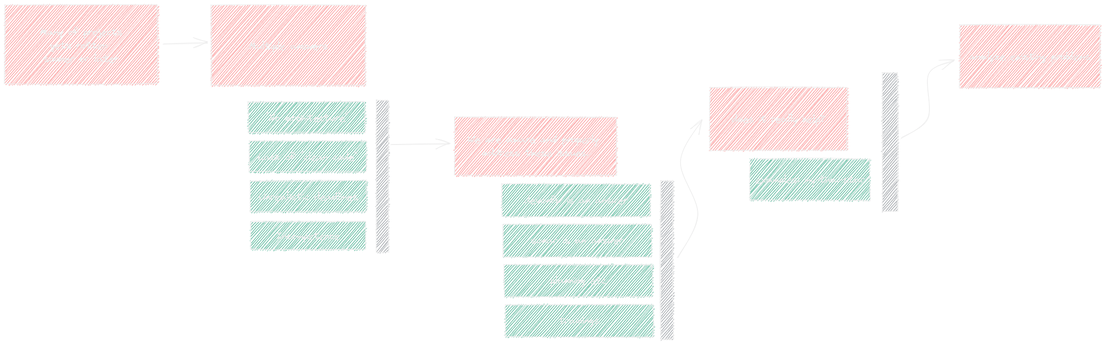
This is prep/plan.png from maciejmalecki/to-jpa-or-not-cgas2022, a Excalidraw export, as it was before one commit. Source tidied: one line per element, renumbered; positions are measured from the earlier drawing's top-left corner, leaving out a move shared by most shapes. Its diagram source:
```json
{"id": 0, "type": "rectangle", "strokeColor": "#000000", "backgroundColor": "#fa5252", "fillStyle": "hachure", "strokeWidth": 1, "roughness": 1, "x": 0, "y": 0, "width": 308, "height": 159}
{"id": 1, "type": "text", "text": "Many of projects\ngets rotten \nsooner or later", "strokeColor": "#000000", "backgroundColor": "#fa5252", "fillStyle": "hachure", "strokeWidth": 1, "roughness": 1, "fontSize": 20, "fontFamily": 1, "textAlign": "center", "verticalAlign": "middle", "inside": 0, "x": 5, "y": 40, "width": 298, "height": 78}
{"id": 2, "type": "rectangle", "strokeColor": "#000000", "backgroundColor": "#fa5252", "fillStyle": "hachure", "strokeWidth": 1, "roughness": 1, "x": 417, "y": 1, "width": 312, "height": 162}
{"id": 3, "type": "text", "text": "Multiple answers", "strokeColor": "#000000", "backgroundColor": "#fa5252", "fillStyle": "hachure", "strokeWidth": 1, "roughness": 1, "fontSize": 20, "fontFamily": 1, "textAlign": "center", "verticalAlign": "middle", "inside": 2, "x": 422, "y": 69, "width": 302, "height": 26}
{"id": 4, "type": "rectangle", "strokeColor": "#000000", "backgroundColor": "#12b886", "fillStyle": "hachure", "strokeWidth": 1, "roughness": 1, "x": 492, "y": 196, "width": 236, "height": 62}
{"id": 5, "type": "text", "text": "\"No architecture\"", "strokeColor": "#000000", "backgroundColor": "#4c6ef5", "fillStyle": "hachure", "strokeWidth": 1, "roughness": 1, "fontSize": 20, "fontFamily": 1, "textAlign": "center", "verticalAlign": "middle", "inside": 4, "x": 497, "y": 214, "width": 226, "height": 26}
{"id": 6, "type": "rectangle", "strokeColor": "#000000", "backgroundColor": "#12b886", "fillStyle": "hachure", "strokeWidth": 1, "roughness": 1, "x": 494, "y": 275, "width": 236, "height": 62}
{"id": 7, "type": "text", "text": "Lack of \"clean code\"", "strokeColor": "#000000", "backgroundColor": "#4c6ef5", "fillStyle": "hachure", "strokeWidth": 1, "roughness": 1, "fontSize": 20, "fontFamily": 1, "textAlign": "center", "verticalAlign": "middle", "inside": 6, "x": 499, "y": 293, "width": 226, "height": 26}
{"id": 8, "type": "rectangle", "strokeColor": "#000000", "backgroundColor": "#12b886", "fillStyle": "hachure", "strokeWidth": 1, "roughness": 1, "x": 496, "y": 355, "width": 234, "height": 63}
{"id": 9, "type": "text", "text": "Unrealistic deadlines", "strokeColor": "#000000", "backgroundColor": "#4c6ef5", "fillStyle": "hachure", "strokeWidth": 1, "roughness": 1, "fontSize": 20, "fontFamily": 1, "textAlign": "center", "verticalAlign": "middle", "inside": 8, "x": 501, "y": 374, "width": 224, "height": 26}
{"id": 10, "type": "rectangle", "strokeColor": "#000000", "backgroundColor": "#12b886", "fillStyle": "hachure", "strokeWidth": 1, "roughness": 1, "x": 497, "y": 438, "width": 232, "height": 55}
{"id": 11, "type": "text", "text": "Incompetence", "strokeColor": "#000000", "backgroundColor": "#4c6ef5", "fillStyle": "hachure", "strokeWidth": 1, "roughness": 1, "fontSize": 20, "fontFamily": 1, "textAlign": "center", "verticalAlign": "middle", "inside": 10, "x": 502, "y": 452, "width": 222, "height": 26}
{"id": 12, "type": "arrow", "strokeColor": "#000000", "backgroundColor": "#4c6ef5", "fillStyle": "hachure", "strokeWidth": 1, "roughness": 1, "endArrowhead": "arrow", "from": 0, "to": 2, "x": 320, "y": 79, "width": 90, "height": 2, "points": [[0, 0], [90, -2]]}
{"id": 13, "type": "rectangle", "strokeColor": "#000000", "backgroundColor": "#fa5252", "fillStyle": "hachure", "strokeWidth": 1, "roughness": 1, "x": 909, "y": 227, "width": 327, "height": 117}
{"id": 14, "type": "arrow", "strokeColor": "#000000", "backgroundColor": "#82c91e", "fillStyle": "hachure", "strokeWidth": 1, "roughness": 1, "endArrowhead": "arrow", "from": 15, "to": 13, "x": 781, "y": 282, "width": 118, "height": 2, "points": [[0, 0], [118, -2]]}
{"id": 15, "type": "rectangle", "strokeColor": "#000000", "backgroundColor": "#868e96", "fillStyle": "hachure", "strokeWidth": 1, "roughness": 1, "x": 751, "y": 193, "width": 24, "height": 306}
{"id": 16, "type": "text", "text": "We are aware and properly \naddress these issues.", "strokeColor": "#000000", "backgroundColor": "#868e96", "fillStyle": "hachure", "strokeWidth": 1, "roughness": 1, "fontSize": 20, "fontFamily": 1, "textAlign": "center", "verticalAlign": "middle", "inside": 13, "x": 914, "y": 258, "width": 317, "height": 54}
{"id": 17, "type": "rectangle", "strokeColor": "#000000", "backgroundColor": "#12b886", "fillStyle": "hachure", "strokeWidth": 1, "roughness": 1, "x": 1005, "y": 362, "width": 299, "height": 65}
{"id": 18, "type": "text", "text": "devonfw is an answer", "strokeColor": "#000000", "backgroundColor": "#82c91e", "fillStyle": "hachure", "strokeWidth": 1, "roughness": 1, "fontSize": 20, "fontFamily": 1, "textAlign": "center", "verticalAlign": "middle", "inside": 17, "x": 1010, "y": 382, "width": 289, "height": 27}
{"id": 19, "type": "rectangle", "strokeColor": "#000000", "backgroundColor": "#12b886", "fillStyle": "hachure", "strokeWidth": 1, "roughness": 1, "x": 1008, "y": 444, "width": 299, "height": 65}
{"id": 20, "type": "text", "text": "sonar is an answer", "strokeColor": "#000000", "backgroundColor": "#82c91e", "fillStyle": "hachure", "strokeWidth": 1, "roughness": 1, "fontSize": 20, "fontFamily": 1, "textAlign": "center", "verticalAlign": "middle", "inside": 19, "x": 1012, "y": 462, "width": 289, "height": 27}
{"id": 21, "type": "rectangle", "strokeColor": "#000000", "backgroundColor": "#12b886", "fillStyle": "hachure", "strokeWidth": 1, "roughness": 1, "x": 1010, "y": 524, "width": 299, "height": 65}
{"id": 22, "type": "text", "text": "planning etc", "strokeColor": "#000000", "backgroundColor": "#82c91e", "fillStyle": "hachure", "strokeWidth": 1, "roughness": 1, "fontSize": 20, "fontFamily": 1, "textAlign": "center", "verticalAlign": "middle", "inside": 21, "x": 1014, "y": 544, "width": 289, "height": 27}
{"id": 23, "type": "rectangle", "strokeColor": "#000000", "backgroundColor": "#12b886", "fillStyle": "hachure", "strokeWidth": 1, "roughness": 1, "x": 1012, "y": 606, "width": 299, "height": 65}
{"id": 24, "type": "text", "text": "trainings", "strokeColor": "#000000", "backgroundColor": "#82c91e", "fillStyle": "hachure", "strokeWidth": 1, "roughness": 1, "fontSize": 20, "fontFamily": 1, "textAlign": "center", "verticalAlign": "middle", "inside": 23, "x": 1016, "y": 624, "width": 289, "height": 27}
{"id": 25, "type": "rectangle", "strokeColor": "#000000", "backgroundColor": "#fa5252", "fillStyle": "hachure", "strokeWidth": 1, "roughness": 1, "x": 1425, "y": 167, "width": 277, "height": 127}
{"id": 26, "type": "text", "text": "does it really help?", "strokeColor": "#000000", "backgroundColor": "#fab005", "fillStyle": "hachure", "strokeWidth": 1, "roughness": 1, "fontSize": 20, "fontFamily": 1, "textAlign": "center", "verticalAlign": "middle", "inside": 25, "x": 1430, "y": 218, "width": 267, "height": 27}
{"id": 27, "type": "rectangle", "strokeColor": "#000000", "backgroundColor": "#868e96", "fillStyle": "hachure", "strokeWidth": 1, "roughness": 1, "x": 1326, "y": 355, "width": 25, "height": 320}
{"id": 28, "type": "arrow", "strokeColor": "#000000", "backgroundColor": "#868e96", "fillStyle": "hachure", "strokeWidth": 1, "roughness": 1, "endArrowhead": "arrow", "from": 27, "to": 25, "x": 1360, "y": 510, "width": 51, "height": 278, "points": [[0, 0], [41, -87], [5, -193], [51, -278]]}
{"id": 29, "type": "rectangle", "strokeColor": "#000000", "backgroundColor": "#12b886", "fillStyle": "hachure", "strokeWidth": 1, "roughness": 1, "x": 1506, "y": 311, "width": 243, "height": 84}
{"id": 30, "type": "text", "text": "examples: my-thai-star", "strokeColor": "#000000", "backgroundColor": "#82c91e", "fillStyle": "hachure", "strokeWidth": 1, "roughness": 1, "fontSize": 20, "fontFamily": 1, "textAlign": "center", "verticalAlign": "middle", "inside": 29, "x": 1511, "y": 340, "width": 233, "height": 27}
{"id": 31, "type": "rectangle", "strokeColor": "#000000", "backgroundColor": "#868e96", "fillStyle": "hachure", "strokeWidth": 1, "roughness": 1, "x": 1774, "y": 137, "width": 31, "height": 280}
{"id": 32, "type": "rectangle", "strokeColor": "#000000", "backgroundColor": "#fa5252", "fillStyle": "hachure", "strokeWidth": 1, "roughness": 1, "x": 1930, "y": 41, "width": 284, "height": 126}
{"id": 33, "type": "text", "text": "analyze existing problems", "strokeColor": "#000000", "backgroundColor": "#fab005", "fillStyle": "hachure", "strokeWidth": 1, "roughness": 1, "fontSize": 20, "fontFamily": 1, "textAlign": "center", "verticalAlign": "middle", "inside": 32, "x": 1935, "y": 91, "width": 274, "height": 27}
{"id": 34, "type": "arrow", "strokeColor": "#000000", "backgroundColor": "#fab005", "fillStyle": "hachure", "strokeWidth": 1, "roughness": 1, "endArrowhead": "arrow", "from": 31, "to": 32, "x": 1811, "y": 269, "width": 108, "height": 156, "points": [[0, 0], [55, -41], [56, -129], [108, -156]]}
```
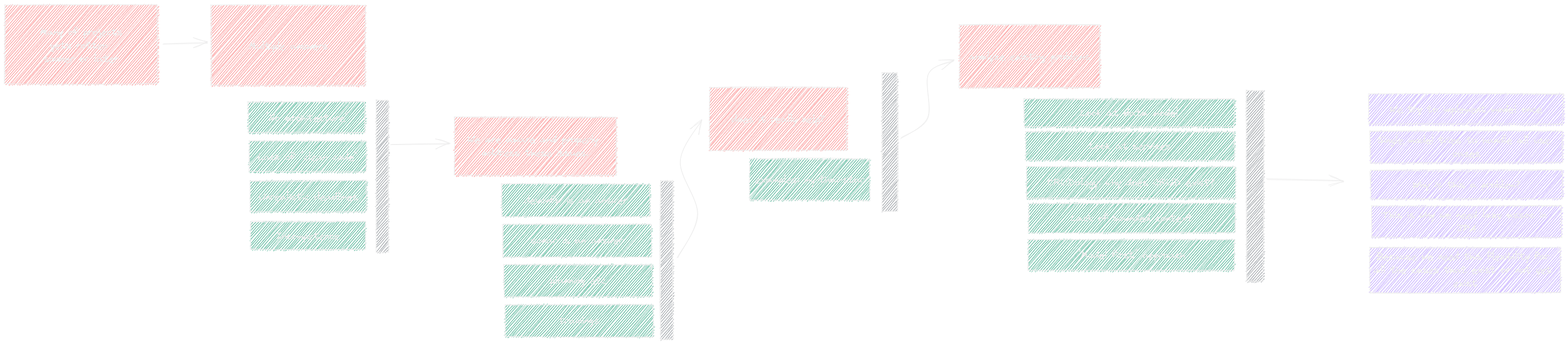
Later version of the same file.

Diff of the diagram source:
```diff
@@ -33,3 +33,25 @@
 {"id": 32, "type": "rectangle", "strokeColor": "#000000", "backgroundColor": "#fa5252", "fillStyle": "hachure", "strokeWidth": 1, "roughness": 1, "x": 1930, "y": 41, "width": 284, "height": 126}
 {"id": 33, "type": "text", "text": "analyze existing problems", "strokeColor": "#000000", "backgroundColor": "#fab005", "fillStyle": "hachure", "strokeWidth": 1, "roughness": 1, "fontSize": 20, "fontFamily": 1, "textAlign": "center", "verticalAlign": "middle", "inside": 32, "x": 1935, "y": 91, "width": 274, "height": 27}
 {"id": 34, "type": "arrow", "strokeColor": "#000000", "backgroundColor": "#fab005", "fillStyle": "hachure", "strokeWidth": 1, "roughness": 1, "endArrowhead": "arrow", "from": 31, "to": 32, "x": 1811, "y": 269, "width": 108, "height": 156, "points": [[0, 0], [55, -41], [56, -129], [108, -156]]}
+{"id": 35, "type": "rectangle", "strokeColor": "#000000", "backgroundColor": "#12b886", "fillStyle": "hachure", "strokeWidth": 1, "roughness": 1, "x": 2066, "y": 327, "width": 422, "height": 64}
+{"id": 36, "type": "text", "text": "CRUDology: why does CRUD exist?", "strokeColor": "#000000", "backgroundColor": "#12b886", "fillStyle": "hachure", "strokeWidth": 1, "roughness": 1, "fontSize": 20, "fontFamily": 1, "textAlign": "center", "verticalAlign": "middle", "inside": 35, "x": 2071, "y": 346, "width": 412, "height": 27}
+{"id": 37, "type": "rectangle", "strokeColor": "#000000", "backgroundColor": "#12b886", "fillStyle": "hachure", "strokeWidth": 1, "roughness": 1, "x": 2061, "y": 190, "width": 425, "height": 56}
+{"id": 38, "type": "text", "text": "Look at data model", "strokeColor": "#000000", "backgroundColor": "#12b886", "fillStyle": "hachure", "strokeWidth": 1, "roughness": 1, "fontSize": 20, "fontFamily": 1, "textAlign": "center", "verticalAlign": "middle", "inside": 37, "x": 2066, "y": 205, "width": 415, "height": 27}
+{"id": 39, "type": "rectangle", "strokeColor": "#000000", "backgroundColor": "#12b886", "fillStyle": "hachure", "strokeWidth": 1, "roughness": 1, "x": 2064, "y": 256, "width": 422, "height": 58}
+{"id": 40, "type": "text", "text": "Look at services", "strokeColor": "#000000", "backgroundColor": "#12b886", "fillStyle": "hachure", "strokeWidth": 1, "roughness": 1, "fontSize": 20, "fontFamily": 1, "textAlign": "center", "verticalAlign": "middle", "inside": 39, "x": 2069, "y": 272, "width": 412, "height": 27}
+{"id": 41, "type": "rectangle", "strokeColor": "#000000", "backgroundColor": "#12b886", "fillStyle": "hachure", "strokeWidth": 1, "roughness": 1, "x": 2070, "y": 401, "width": 417, "height": 59}
+{"id": 42, "type": "text", "text": "Lack of bounded context", "strokeColor": "#000000", "backgroundColor": "#12b886", "fillStyle": "hachure", "strokeWidth": 1, "roughness": 1, "fontSize": 20, "fontFamily": 1, "textAlign": "center", "verticalAlign": "middle", "inside": 41, "x": 2075, "y": 418, "width": 407, "height": 27}
+{"id": 43, "type": "rectangle", "strokeColor": "#000000", "backgroundColor": "#12b886", "fillStyle": "hachure", "strokeWidth": 1, "roughness": 1, "x": 2069, "y": 474, "width": 417, "height": 62}
+{"id": 44, "type": "text", "text": "\"Model first\" approach", "strokeColor": "#000000", "backgroundColor": "#12b886", "fillStyle": "hachure", "strokeWidth": 1, "roughness": 1, "fontSize": 20, "fontFamily": 1, "textAlign": "center", "verticalAlign": "middle", "inside": 43, "x": 2074, "y": 492, "width": 407, "height": 27}
+{"id": 45, "type": "rectangle", "strokeColor": "#000000", "backgroundColor": "#7950f2", "fillStyle": "hachure", "strokeWidth": 1, "roughness": 1, "x": 2758, "y": 180, "width": 393, "height": 61}
+{"id": 46, "type": "text", "text": "We try to implement model once", "strokeColor": "#000000", "backgroundColor": "#7950f2", "fillStyle": "hachure", "strokeWidth": 1, "roughness": 1, "fontSize": 20, "fontFamily": 1, "textAlign": "center", "verticalAlign": "middle", "inside": 45, "x": 2763, "y": 198, "width": 383, "height": 27}
+{"id": 47, "type": "rectangle", "strokeColor": "#000000", "backgroundColor": "#7950f2", "fillStyle": "hachure", "strokeWidth": 1, "roughness": 1, "x": 2761, "y": 255, "width": 389, "height": 64}
+{"id": 48, "type": "text", "text": "Single model tries to handle all use \ncases", "strokeColor": "#000000", "backgroundColor": "#7950f2", "fillStyle": "hachure", "strokeWidth": 1, "roughness": 1, "fontSize": 20, "fontFamily": 1, "textAlign": "center", "verticalAlign": "middle", "inside": 47, "x": 2766, "y": 260, "width": 379, "height": 54}
+{"id": 49, "type": "rectangle", "strokeColor": "#000000", "backgroundColor": "#7950f2", "fillStyle": "hachure", "strokeWidth": 1, "roughness": 1, "x": 2762, "y": 334, "width": 387, "height": 58}
+{"id": 50, "type": "text", "text": "Why is this a problem?", "strokeColor": "#000000", "backgroundColor": "#7950f2", "fillStyle": "hachure", "strokeWidth": 1, "roughness": 1, "fontSize": 20, "fontFamily": 1, "textAlign": "center", "verticalAlign": "middle", "inside": 49, "x": 2767, "y": 350, "width": 377, "height": 27}
+{"id": 51, "type": "rectangle", "strokeColor": "#000000", "backgroundColor": "#7950f2", "fillStyle": "hachure", "strokeWidth": 1, "roughness": 1, "x": 2764, "y": 406, "width": 383, "height": 64}
+{"id": 52, "type": "text", "text": "This is why we need lazy assoc in \nJPA", "strokeColor": "#000000", "backgroundColor": "#7950f2", "fillStyle": "hachure", "strokeWidth": 1, "roughness": 1, "fontSize": 20, "fontFamily": 1, "textAlign": "center", "verticalAlign": "middle", "inside": 51, "x": 2769, "y": 411, "width": 373, "height": 54}
+{"id": 53, "type": "rectangle", "strokeColor": "#000000", "backgroundColor": "#7950f2", "fillStyle": "hachure", "strokeWidth": 1, "roughness": 1, "x": 2760, "y": 490, "width": 386, "height": 91}
+{"id": 54, "type": "text", "text": "Because we need this flexibility for \nall the cases that exist or not yet \nexist", "strokeColor": "#000000", "backgroundColor": "#7950f2", "fillStyle": "hachure", "strokeWidth": 1, "roughness": 1, "fontSize": 20, "fontFamily": 1, "textAlign": "center", "verticalAlign": "middle", "inside": 53, "x": 2765, "y": 495, "width": 376, "height": 81}
+{"id": 55, "type": "rectangle", "strokeColor": "#000000", "backgroundColor": "#868e96", "fillStyle": "hachure", "strokeWidth": 1, "roughness": 1, "x": 2511, "y": 173, "width": 33, "height": 385}
+{"id": 56, "type": "arrow", "strokeColor": "#000000", "backgroundColor": "#868e96", "fillStyle": "hachure", "strokeWidth": 1, "roughness": 1, "endArrowhead": "arrow", "from": 55, "x": 2551, "y": 352, "width": 155, "height": 3, "points": [[0, 0], [155, 3]]}
```
